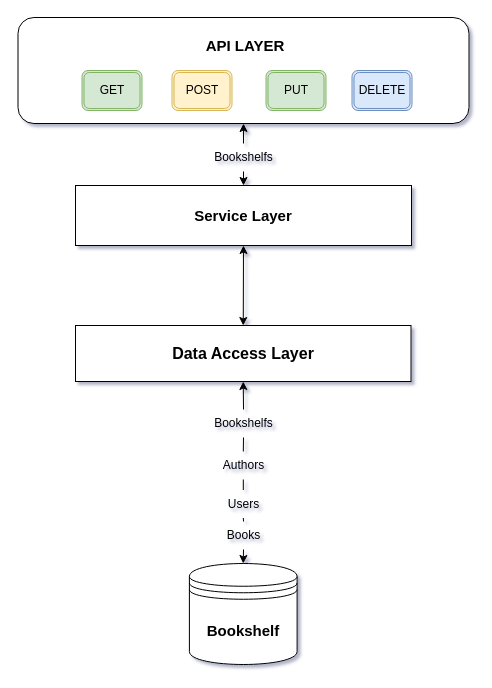
Earlier version of the draw.io diagram Diagrams/Bookshelf_Architecture.drawio (kmucavele/bookshelf-java-api). Source tidied: cells renumbered, new cells numbered last; positions are measured from the earlier drawing's top-left corner, leaving out a move shared by most shapes. Both pictures are drawn from the tidied source at 100%, with x=0, y=0 at pixel (17, 17).
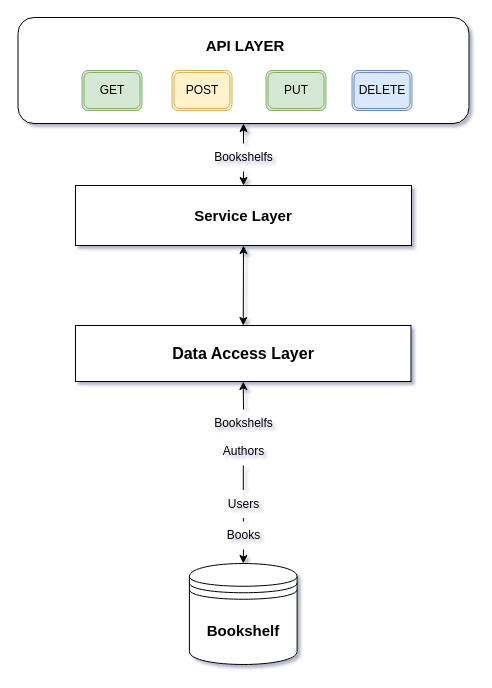
The same diagram, later.

The edit, as a diff of the source:
```diff
@@
-<mxGraphModel shadow="1">
+<mxGraphModel background="#ffffff" shadow="1">
@@
     <mxCell id="22" value="&lt;div&gt;Authors&lt;/div&gt;" style="text;html=1;align=center;verticalAlign=middle;points=[];strokeColor=none;fillColor=none;" parent="1" vertex="1">
-      <mxGeometry x="190.8" y="434" width="70" height="28" as="geometry" />
+      <mxGeometry x="190.8" y="420" width="70" height="28" as="geometry" />
     </mxCell>
```
